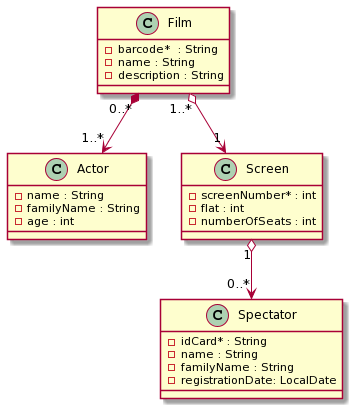
miw-upm/apaw-practice keeps this PlantUML diagram as docs/cinema.models.png. Above is the earlier version. The source it was exported from:
```plantuml
@startuml
Film "0..*" *--> "1..*" Actor
Film "1..*" o--> "1" Screen
Screen "1"  o--> "0..*" Spectator

class Film{
-barcode*  : String
-name : String
-description : String
}
class Screen{
-screenNumber* : int
-flat : int
-numberOfSeats : int
}
class Spectator{
- idCard* : String
- name : String
- familyName : String
- registrationDate: LocalDate
}
class Actor{
- name : String
- familyName : String
- age : int
}
@enduml
```
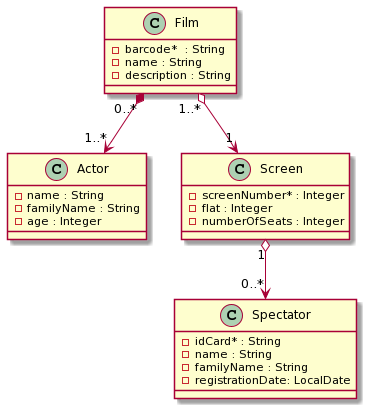
The same diagram one commit later.

Commit message:
Added relationship in the cinema model and changed int to integer #4

Change to the diagram source:
```diff
@@ -9,9 +9,9 @@
 -description : String
 }
 class Screen{
--screenNumber* : int
--flat : int
--numberOfSeats : int
+-screenNumber* : Integer
+-flat : Integer
+-numberOfSeats : Integer
 }
 class Spectator{
 - idCard* : String
@@ -22,6 +22,6 @@
 class Actor{
 - name : String
 - familyName : String
-- age : int
+- age : Integer
 }
 @enduml
```
